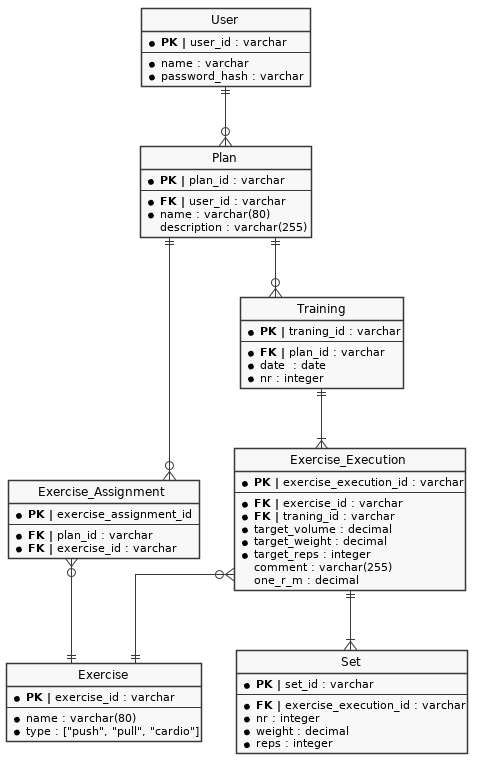
This is progession-tracker.png from eratio08/progression-tracker, a PlantUML export, as it was before one commit. Its diagram source:
```plantuml
@startuml progession-tracker

skinparam monochrome true
skinparam shadowing false
skinparam linetype ortho

hide circle
hide empty members


entity User {
  * <b>PK |</b> user_id : varchar
  --
  * name : varchar
  * password_hash : varchar
}

entity Plan {
  * <b>PK |</b> plan_id : varchar
  --
  * <b>FK |</b> user_id : varchar
  * name : varchar(80)
  description : varchar(255)
}

entity Exercise_Assignment {
  * <b>PK |</b> exercise_assignment_id
  --
  * <b>FK |</b> plan_id : varchar
  * <b>FK |</b> exercise_id : varchar
}

entity Exercise {
  * <b>PK |</b> exercise_id : varchar
  --
  * name : varchar(80)
  * type : ["push", "pull", "cardio"]
}

entity Training {
  * <b>PK |</b> traning_id : varchar
  --
  * <b>FK |</b> plan_id : varchar
  * date  : date
  * nr : integer
}

entity Exercise_Execution {
  * <b>PK |</b> exercise_execution_id : varchar
  --
  * <b>FK |</b> exercise_id : varchar
  * <b>FK |</b> traning_id : varchar
  * target_volume : decimal
  * target_weight : decimal
  * target_reps : integer
  comment : varchar(255)
  one_r_m : decimal
}

entity Set {
  * <b>PK |</b> set_id : varchar
  --
  *<b>FK |</b> exercise_execution_id : varchar
  * nr : integer
  * weight : decimal
  * reps : integer
}

User ||--o{ Plan
Plan ||--o{ Exercise_Assignment
Plan ||--o{ Training
Exercise_Assignment }o--|| Exercise
Training ||--|{ Exercise_Execution
Exercise_Execution ||--|{ Set
Exercise_Execution }o--|| Exercise


@enduml
```
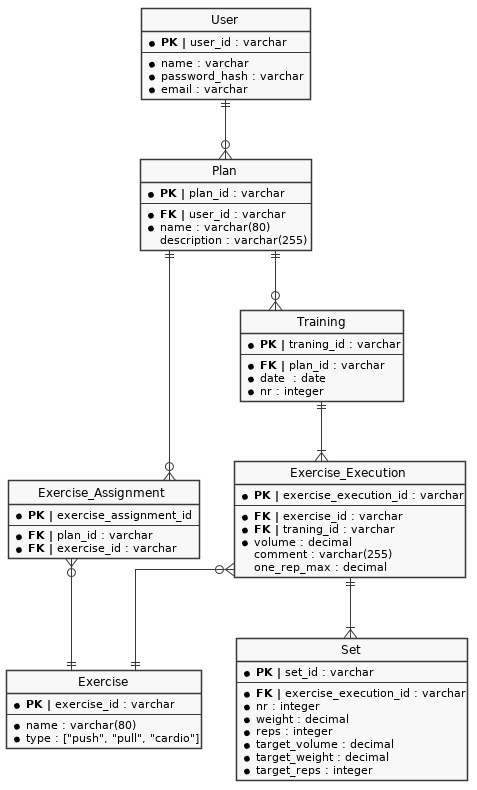
After the change.

What changed in the source:
```diff
@@ -13,6 +13,7 @@
   --
   * name : varchar
   * password_hash : varchar
+  * email : varchar
 }
 
 entity Plan {
@@ -50,11 +51,9 @@
   --
   * <b>FK |</b> exercise_id : varchar
   * <b>FK |</b> traning_id : varchar
-  * target_volume : decimal
-  * target_weight : decimal
-  * target_reps : integer
+  * volume : decimal
   comment : varchar(255)
-  one_r_m : decimal
+  one_rep_max : decimal
 }
 
 entity Set {
@@ -64,6 +63,9 @@
   * nr : integer
   * weight : decimal
   * reps : integer
+  * target_volume : decimal
+  * target_weight : decimal
+  * target_reps : integer
 }
 
 User ||--o{ Plan
```
